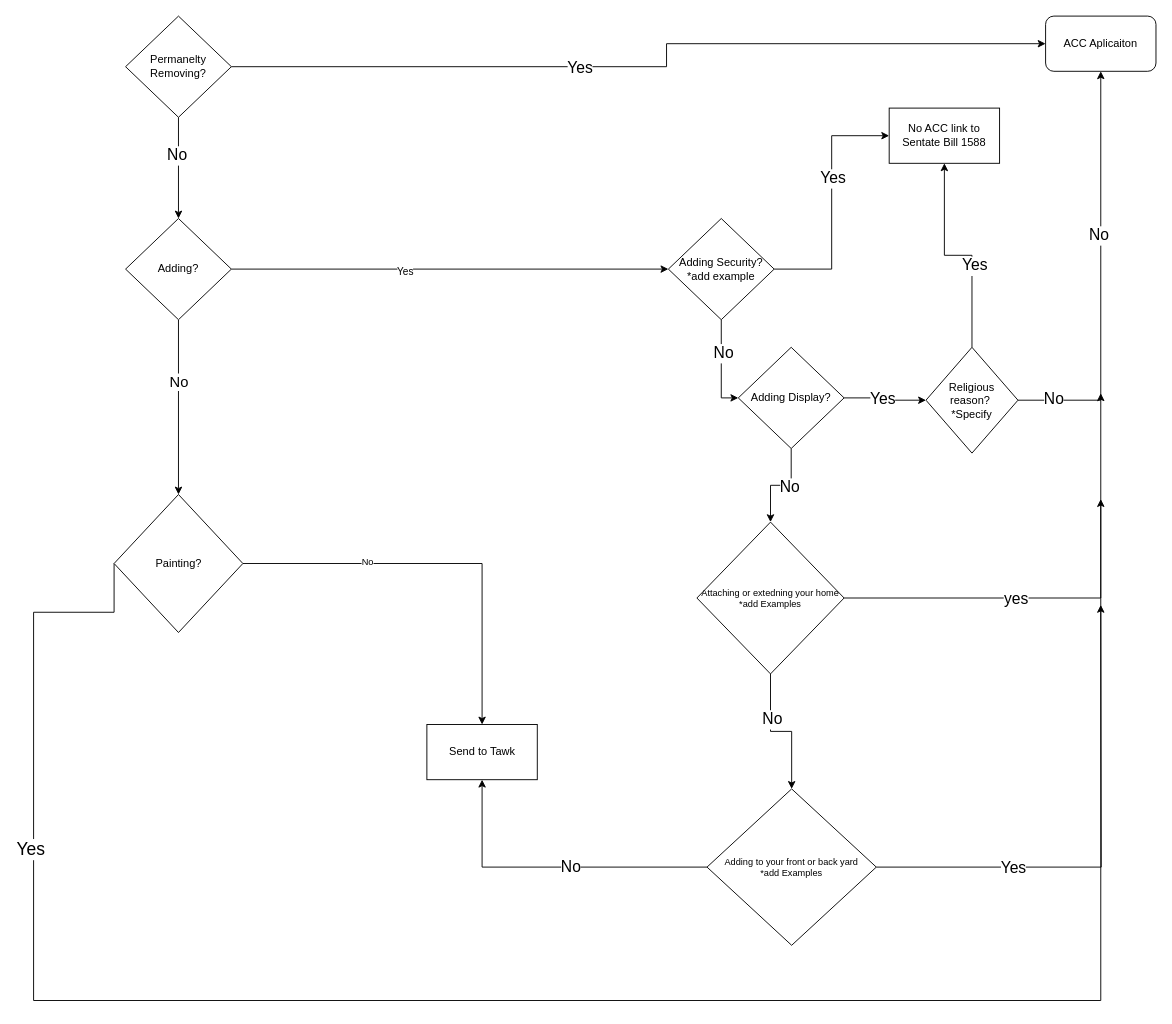
Above: Photos/Untitled Diagram.drawio in SegNova/approval (draw.io), before the change. Source tidied: cells renumbered, new cells numbered last; positions are measured from the earlier drawing's top-left corner, leaving out a move shared by most shapes. Both pictures are drawn from the tidied source at 92%, with x=0, y=0 at pixel (33, 16).
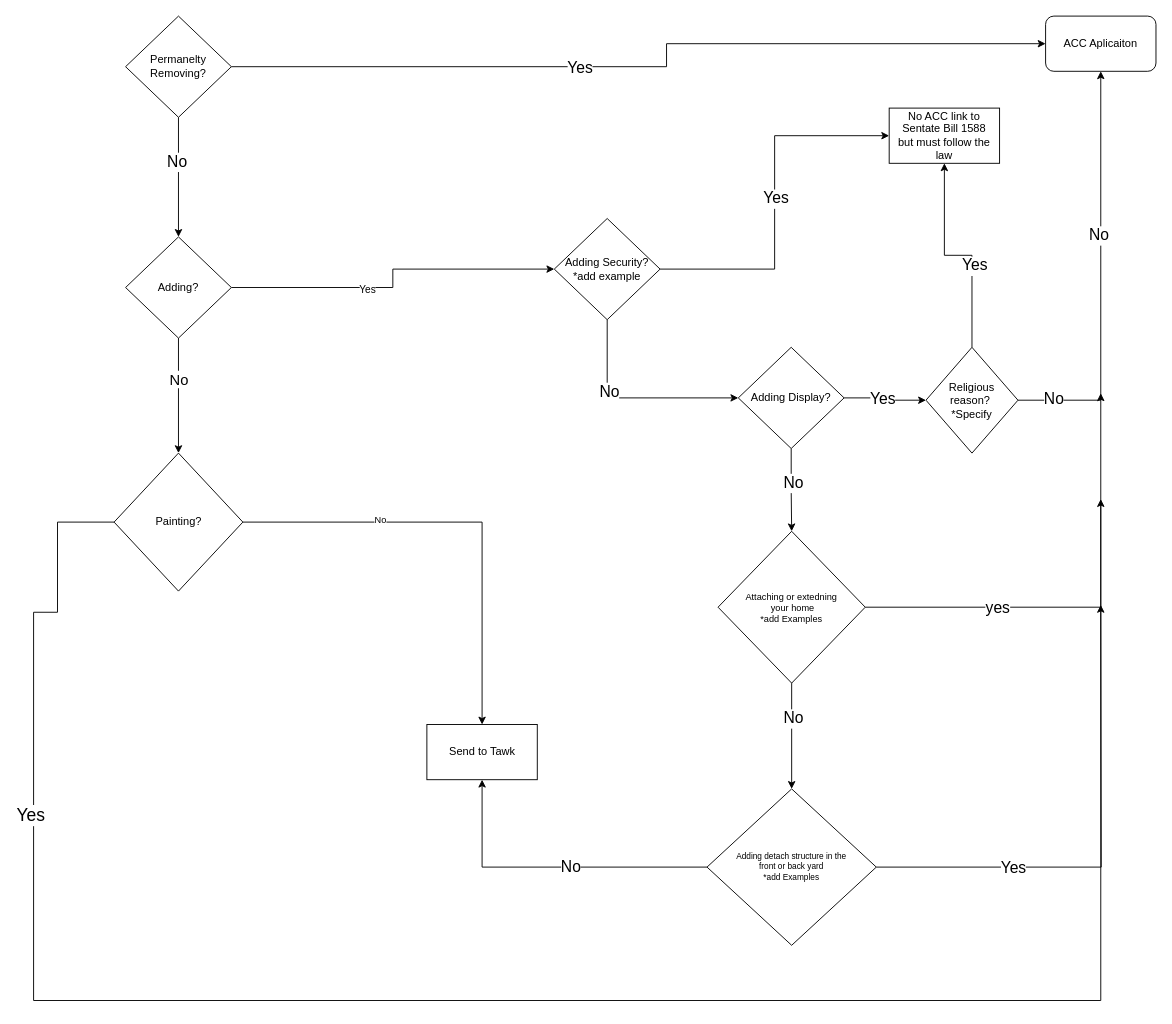
The same page after the edit.

Diff of the diagram source:
```diff
@@
     <mxCell id="12" value="Adding?" style="rhombus;whiteSpace=wrap;html=1;" parent="1" vertex="1">
-      <mxGeometry x="100" y="220" width="115" height="110" as="geometry" />
+      <mxGeometry x="100" y="240" width="115" height="110" as="geometry" />
     </mxCell>
@@
     <mxCell id="15" style="edgeStyle=orthogonalEdgeStyle;rounded=0;jettySize=auto;html=1;fontSize=10;exitX=0;exitY=0.5;exitDx=0;exitDy=0;" parent="1" edge="1" source="17">
       <mxGeometry relative="1" as="geometry">
         <mxPoint x="1160" y="525" as="targetPoint" />
         <Array as="points">
+          <mxPoint x="26" y="550" />
+          <mxPoint x="26" y="648" />
           <mxPoint y="648" />
           <mxPoint y="1070" />
           <mxPoint x="1160" y="1070" />
         </Array>
       </mxGeometry>
     </mxCell>
@@
     <mxCell id="17" value="Painting?" style="rhombus;whiteSpace=wrap;html=1;" parent="1" vertex="1">
-      <mxGeometry x="87.5" y="520" width="140" height="150" as="geometry" />
+      <mxGeometry x="87.5" y="475" width="140" height="150" as="geometry" />
     </mxCell>
@@
     <mxCell id="23" value="Adding Security?&lt;br&gt;*add example" style="rhombus;whiteSpace=wrap;html=1;" parent="1" vertex="1">
-      <mxGeometry x="690" y="220" width="115" height="110" as="geometry" />
+      <mxGeometry x="566" y="220" width="115" height="110" as="geometry" />
     </mxCell>
-    <mxCell id="24" value="No ACC link to Sentate Bill 1588" style="rounded=0;whiteSpace=wrap;html=1;" parent="1" vertex="1">
+    <mxCell id="24" value="No ACC link to Sentate Bill 1588&lt;br&gt;but must follow the law" style="rounded=0;whiteSpace=wrap;html=1;" parent="1" vertex="1">
       <mxGeometry x="930" y="100" width="120" height="60" as="geometry" />
     </mxCell>
@@
     <mxCell id="36" style="edgeStyle=orthogonalEdgeStyle;rounded=0;jettySize=auto;html=1;exitX=1;exitY=0.5;exitDx=0;exitDy=0;" parent="1" edge="1" source="40">
       <mxGeometry relative="1" as="geometry">
         <mxPoint x="1160" y="410" as="targetPoint" />
         <Array as="points">
-          <mxPoint x="1160" y="632" />
+          <mxPoint x="1160" y="643" />
         </Array>
       </mxGeometry>
     </mxCell>
     <mxCell id="37" value="yes" style="edgeLabel;html=1;align=center;verticalAlign=middle;fontSize=17;" parent="36" vertex="1">
-      <mxGeometry x="-0.26" y="-1" relative="1" as="geometry" />
+      <mxGeometry x="-0.26" y="-1" relative="1" as="geometry">
+        <mxPoint x="-38" as="offset" />
+      </mxGeometry>
     </mxCell>
@@
-    <mxCell id="40" value="Attaching or extedning your home&lt;br&gt;*add Examples" style="rhombus;whiteSpace=wrap;html=1;fontSize=10;" parent="1" vertex="1">
-      <mxGeometry x="721" y="550" width="160" height="165" as="geometry" />
+    <mxCell id="40" value="Attaching or extedning&lt;br&gt;&amp;nbsp;your home&lt;br&gt;*add Examples" style="rhombus;whiteSpace=wrap;html=1;fontSize=10;" parent="1" vertex="1">
+      <mxGeometry x="744" y="560" width="160" height="165" as="geometry" />
     </mxCell>
@@
-    <mxCell id="45" value="Adding to your front or back yard&lt;br style=&quot;font-size: 10px;&quot;&gt;*add Examples" style="rhombus;whiteSpace=wrap;html=1;fontSize=10;" parent="1" vertex="1">
+    <mxCell id="45" value="Adding detach structure in the&lt;br&gt;front or back yard&lt;br style=&quot;font-size: 9px;&quot;&gt;*add Examples" style="rhombus;whiteSpace=wrap;html=1;fontSize=9;" parent="1" vertex="1">
       <mxGeometry x="732" y="840" width="184" height="170" as="geometry" />
     </mxCell>
```
